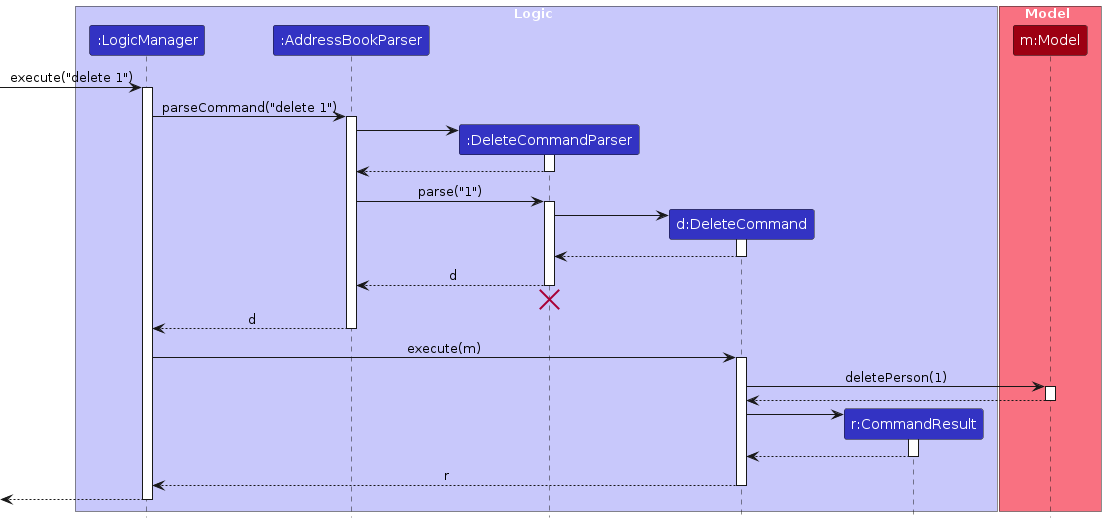
The PlantUML diagram diagrams/DeleteSequenceDiagram.png in AY2425S1-CS2103T-T10-2/tp, before a commit. Its source is kept beside it as diagrams/DeleteSequenceDiagram.puml. Its diagram source:
```plantuml
@startuml
!include style.puml
skinparam ArrowFontStyle plain

box Logic LOGIC_COLOR_T1
participant ":LogicManager" as LogicManager LOGIC_COLOR
participant ":AddressBookParser" as AddressBookParser LOGIC_COLOR
participant ":DeleteCommandParser" as DeleteCommandParser LOGIC_COLOR
participant "d:DeleteCommand" as DeleteCommand LOGIC_COLOR
participant "r:CommandResult" as CommandResult LOGIC_COLOR
end box

box Model MODEL_COLOR_T1
participant "m:Model" as Model MODEL_COLOR
end box

[-> LogicManager : execute("delete 1")
activate LogicManager

LogicManager -> AddressBookParser : parseCommand("delete 1")
activate AddressBookParser

create DeleteCommandParser
AddressBookParser -> DeleteCommandParser
activate DeleteCommandParser

DeleteCommandParser --> AddressBookParser
deactivate DeleteCommandParser

AddressBookParser -> DeleteCommandParser : parse("1")
activate DeleteCommandParser

create DeleteCommand
DeleteCommandParser -> DeleteCommand
activate DeleteCommand

DeleteCommand --> DeleteCommandParser :
deactivate DeleteCommand

DeleteCommandParser --> AddressBookParser : d
deactivate DeleteCommandParser
DeleteCommandParser -[hidden]-> AddressBookParser
destroy DeleteCommandParser

AddressBookParser --> LogicManager : d
deactivate AddressBookParser

LogicManager -> DeleteCommand : execute(m)
activate DeleteCommand

DeleteCommand -> Model : deletePerson(1)
activate Model

Model --> DeleteCommand
deactivate Model

create CommandResult
DeleteCommand -> CommandResult
activate CommandResult

CommandResult --> DeleteCommand
deactivate CommandResult

DeleteCommand --> LogicManager : r
deactivate DeleteCommand

[<--LogicManager
deactivate LogicManager
@enduml
```
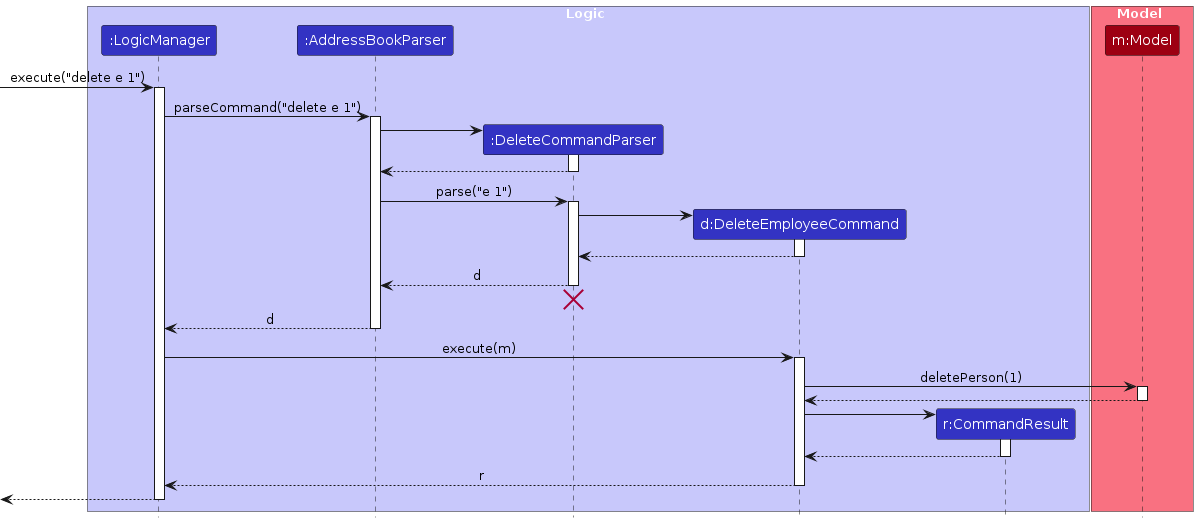
After the commit.

Diff of the diagram source:
```diff
@@ -6,7 +6,7 @@
 participant ":LogicManager" as LogicManager LOGIC_COLOR
 participant ":AddressBookParser" as AddressBookParser LOGIC_COLOR
 participant ":DeleteCommandParser" as DeleteCommandParser LOGIC_COLOR
-participant "d:DeleteCommand" as DeleteCommand LOGIC_COLOR
+participant "d:DeleteEmployeeCommand" as DeleteEmployeeCommand LOGIC_COLOR
 participant "r:CommandResult" as CommandResult LOGIC_COLOR
 end box
 
@@ -14,10 +14,10 @@
 participant "m:Model" as Model MODEL_COLOR
 end box
 
-[-> LogicManager : execute("delete 1")
+[-> LogicManager : execute("delete e 1")
 activate LogicManager
 
-LogicManager -> AddressBookParser : parseCommand("delete 1")
+LogicManager -> AddressBookParser : parseCommand("delete e 1")
 activate AddressBookParser
 
 create DeleteCommandParser
@@ -27,15 +27,15 @@
 DeleteCommandParser --> AddressBookParser
 deactivate DeleteCommandParser
 
-AddressBookParser -> DeleteCommandParser : parse("1")
+AddressBookParser -> DeleteCommandParser : parse("e 1")
 activate DeleteCommandParser
 
-create DeleteCommand
-DeleteCommandParser -> DeleteCommand
-activate DeleteCommand
+create DeleteEmployeeCommand
+DeleteCommandParser -> DeleteEmployeeCommand
+activate DeleteEmployeeCommand
 
-DeleteCommand --> DeleteCommandParser :
-deactivate DeleteCommand
+DeleteEmployeeCommand --> DeleteCommandParser :
+deactivate DeleteEmployeeCommand
 
 DeleteCommandParser --> AddressBookParser : d
 deactivate DeleteCommandParser
@@ -45,24 +45,24 @@
 AddressBookParser --> LogicManager : d
 deactivate AddressBookParser
 
-LogicManager -> DeleteCommand : execute(m)
-activate DeleteCommand
+LogicManager -> DeleteEmployeeCommand : execute(m)
+activate DeleteEmployeeCommand
 
-DeleteCommand -> Model : deletePerson(1)
+DeleteEmployeeCommand -> Model : deletePerson(1)
 activate Model
 
-Model --> DeleteCommand
+Model --> DeleteEmployeeCommand
 deactivate Model
 
 create CommandResult
-DeleteCommand -> CommandResult
+DeleteEmployeeCommand -> CommandResult
 activate CommandResult
 
-CommandResult --> DeleteCommand
+CommandResult --> DeleteEmployeeCommand
 deactivate CommandResult
 
-DeleteCommand --> LogicManager : r
-deactivate DeleteCommand
+DeleteEmployeeCommand --> LogicManager : r
+deactivate DeleteEmployeeCommand
 
 [<--LogicManager
 deactivate LogicManager
```
